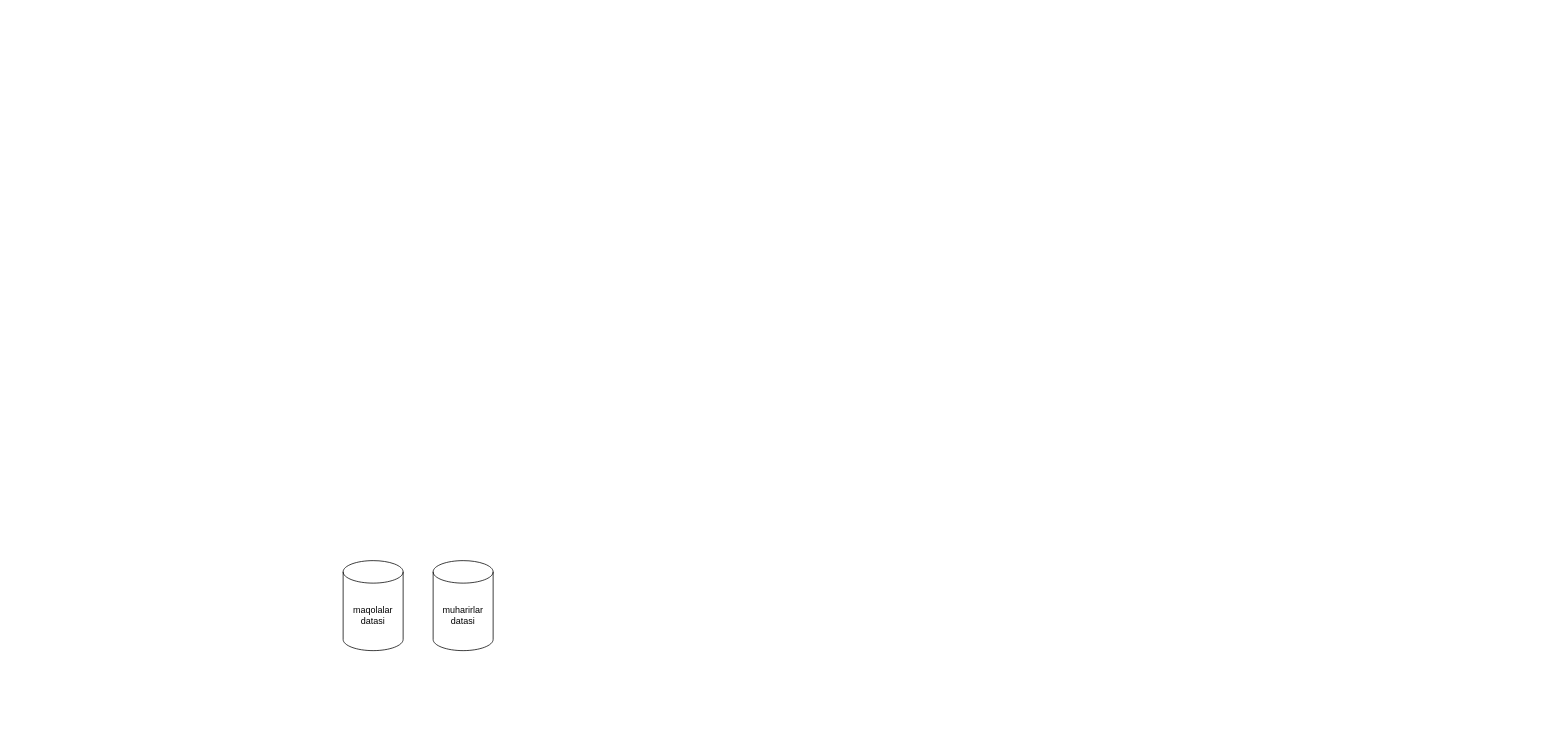
AhmadovKomronbek/kuz.uz keeps this draw.io diagram as Untitled Diagram.drawio. Above is the earlier version. Source tidied: cells renumbered, new cells numbered last; positions are measured from the earlier drawing's top-left corner, leaving out a move shared by most shapes. Both pictures are drawn from the tidied source at 75%, with x=0, y=0 at pixel (343, 560).
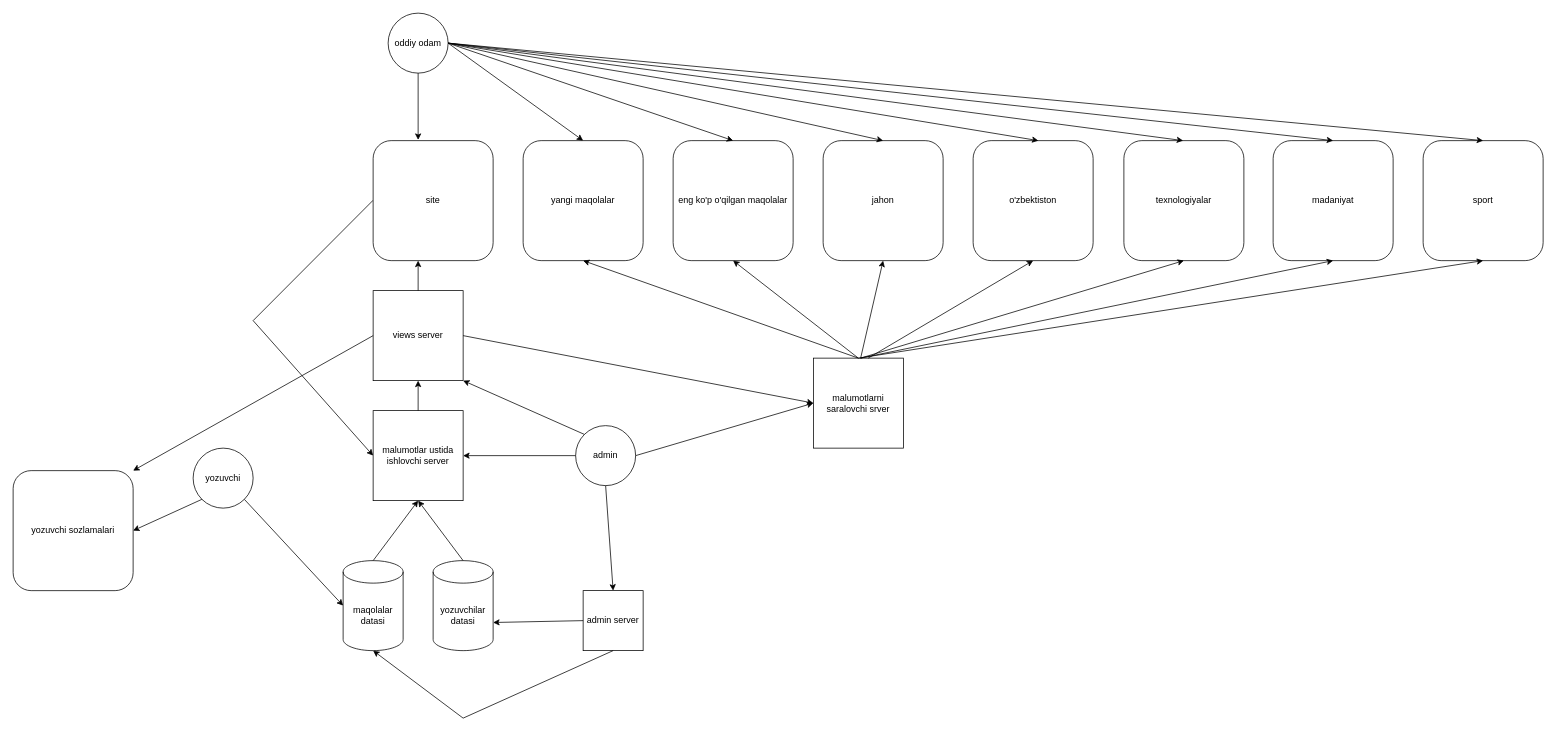
After the change.

The change refers to these unchanged cells:
```xml
<mxCell id="2" value="maqolalar datasi" style="shape=cylinder3;whiteSpace=wrap;html=1;boundedLbl=1;backgroundOutline=1;size=15;" parent="1" vertex="1">
  <mxGeometry width="80" height="120" as="geometry" />
</mxCell>
```

Change to the diagram source:
```diff
@@
-    <mxCell id="3" value="muharirlar datasi" style="shape=cylinder3;whiteSpace=wrap;html=1;boundedLbl=1;backgroundOutline=1;size=15;" parent="1" vertex="1">
+    <mxCell id="3" value="yozuvchilar datasi" style="shape=cylinder3;whiteSpace=wrap;html=1;boundedLbl=1;backgroundOutline=1;size=15;" parent="1" vertex="1">
       <mxGeometry x="120" width="80" height="120" as="geometry" />
     </mxCell>
+    <mxCell id="4" value="malumotlar ustida ishlovchi server" style="whiteSpace=wrap;html=1;" parent="1" vertex="1">
+      <mxGeometry x="40" y="-200" width="120" height="120" as="geometry" />
+    </mxCell>
+    <mxCell id="5" style="endArrow=classic;html=1;rounded=0;entryX=0.5;entryY=1;entryDx=0;entryDy=0;" parent="1" edge="1" target="4">
+      <mxGeometry relative="1" as="geometry">
+        <mxPoint x="40" as="sourcePoint" />
+      </mxGeometry>
+    </mxCell>
+    <mxCell id="6" style="endArrow=classic;html=1;rounded=0;entryX=0.5;entryY=1;entryDx=0;entryDy=0;exitX=0.5;exitY=0;exitDx=0;exitDy=0;exitPerimeter=0;" parent="1" edge="1" source="3" target="4">
+      <mxGeometry relative="1" as="geometry" />
+    </mxCell>
+    <mxCell id="7" value="admin" style="ellipse;whiteSpace=wrap;html=1;" parent="1" vertex="1">
+      <mxGeometry x="310" y="-180" width="80" height="80" as="geometry" />
+    </mxCell>
+    <mxCell id="8" style="endArrow=classic;html=1;rounded=0;entryX=1;entryY=0.5;entryDx=0;entryDy=0;exitX=0;exitY=0.5;exitDx=0;exitDy=0;" parent="1" edge="1" source="7" target="4">
+      <mxGeometry relative="1" as="geometry" />
+    </mxCell>
+    <mxCell id="9" value="views server" style="whiteSpace=wrap;html=1;" parent="1" vertex="1">
+      <mxGeometry x="40" y="-360" width="120" height="120" as="geometry" />
+    </mxCell>
+    <mxCell id="10" style="endArrow=classic;html=1;rounded=0;entryX=0.5;entryY=1;entryDx=0;entryDy=0;exitX=0.5;exitY=0;exitDx=0;exitDy=0;" parent="1" edge="1" source="4" target="9">
+      <mxGeometry relative="1" as="geometry" />
+    </mxCell>
+    <mxCell id="11" style="endArrow=classic;html=1;rounded=0;" parent="1" edge="1">
+      <mxGeometry relative="1" as="geometry">
+        <mxPoint x="100" y="-360" as="sourcePoint" />
+        <mxPoint x="100" y="-400" as="targetPoint" />
+      </mxGeometry>
+    </mxCell>
+    <mxCell id="12" style="endArrow=classic;html=1;rounded=0;entryX=1;entryY=0.5;entryDx=0;entryDy=0;exitX=0;exitY=0;exitDx=0;exitDy=0;" parent="1" edge="1" source="7">
+      <mxGeometry relative="1" as="geometry">
+        <mxPoint x="160" y="-240" as="targetPoint" />
+      </mxGeometry>
+    </mxCell>
+    <mxCell id="13" style="endArrow=classic;html=1;rounded=0;entryX=0;entryY=0.5;entryDx=0;entryDy=0;exitX=0;exitY=0.5;exitDx=0;exitDy=0;" parent="1" edge="1" target="4">
+      <mxGeometry relative="1" as="geometry">
+        <mxPoint x="40" y="-480.5" as="sourcePoint" />
+        <Array as="points">
+          <mxPoint x="-120" y="-320" />
+        </Array>
+      </mxGeometry>
+    </mxCell>
+    <mxCell id="14" value="admin server" style="whiteSpace=wrap;html=1;" parent="1" vertex="1">
+      <mxGeometry x="320" y="40" width="80" height="80" as="geometry" />
+    </mxCell>
+    <mxCell id="15" style="endArrow=classic;html=1;rounded=0;entryX=1;entryY=0;entryDx=0;entryDy=82.5;entryPerimeter=0;exitX=0;exitY=0.5;exitDx=0;exitDy=0;" parent="1" edge="1" source="14" target="3">
+      <mxGeometry relative="1" as="geometry" />
+    </mxCell>
+    <mxCell id="16" style="endArrow=classic;html=1;rounded=0;entryX=0.5;entryY=1;entryDx=0;entryDy=0;entryPerimeter=0;exitX=0.5;exitY=1;exitDx=0;exitDy=0;" parent="1" edge="1" source="14" target="2">
+      <mxGeometry relative="1" as="geometry">
+        <Array as="points">
+          <mxPoint x="160" y="210" />
+        </Array>
+      </mxGeometry>
+    </mxCell>
+    <mxCell id="17" style="endArrow=classic;html=1;rounded=0;entryX=0.5;entryY=0;entryDx=0;entryDy=0;exitX=0.5;exitY=1;exitDx=0;exitDy=0;" parent="1" edge="1" source="7" target="14">
+      <mxGeometry relative="1" as="geometry" />
+    </mxCell>
+    <mxCell id="18" value="yozuvchi" style="ellipse;whiteSpace=wrap;html=1;" parent="1" vertex="1">
+      <mxGeometry x="-200" y="-150" width="80" height="80" as="geometry" />
+    </mxCell>
+    <mxCell id="19" value="oddiy odam" style="ellipse;whiteSpace=wrap;html=1;" parent="1" vertex="1">
+      <mxGeometry x="60" y="-730" width="80" height="80" as="geometry" />
+    </mxCell>
+    <mxCell id="20" style="endArrow=classic;html=1;rounded=0;entryX=0.5;entryY=0;entryDx=0;entryDy=0;exitX=0.5;exitY=1;exitDx=0;exitDy=0;" parent="1" edge="1" source="19">
+      <mxGeometry relative="1" as="geometry">
+        <mxPoint x="100" y="-561" as="targetPoint" />
+      </mxGeometry>
+    </mxCell>
+    <mxCell id="21" style="endArrow=classic;html=1;rounded=0;exitX=1;exitY=1;exitDx=0;exitDy=0;entryX=0;entryY=0.5;entryDx=0;entryDy=0;entryPerimeter=0;" parent="1" edge="1" source="18" target="2">
+      <mxGeometry relative="1" as="geometry" />
+    </mxCell>
+    <mxCell id="22" style="endArrow=classic;html=1;rounded=0;entryX=1;entryY=0.5;entryDx=0;entryDy=0;exitX=0;exitY=1;exitDx=0;exitDy=0;" parent="1" edge="1" source="18" target="23">
+      <mxGeometry relative="1" as="geometry" />
+    </mxCell>
+    <mxCell id="23" value="yozuvchi sozlamalari" style="rounded=1;whiteSpace=wrap;html=1;" parent="1" vertex="1">
+      <mxGeometry x="-440" y="-120" width="160" height="160" as="geometry" />
+    </mxCell>
+    <mxCell id="24" style="endArrow=classic;html=1;rounded=0;exitX=0;exitY=0.5;exitDx=0;exitDy=0;entryX=1;entryY=0;entryDx=0;entryDy=0;" parent="1" edge="1" source="9" target="23">
+      <mxGeometry relative="1" as="geometry" />
+    </mxCell>
+    <mxCell id="25" value="site" style="rounded=1;whiteSpace=wrap;html=1;" parent="1" vertex="1">
+      <mxGeometry x="40" y="-560" width="160" height="160" as="geometry" />
+    </mxCell>
+    <mxCell id="26" value="yangi maqolalar" style="rounded=1;whiteSpace=wrap;html=1;" parent="1" vertex="1">
+      <mxGeometry x="240" y="-560" width="160" height="160" as="geometry" />
+    </mxCell>
+    <mxCell id="27" value="eng ko'p o'qilgan maqolalar" style="rounded=1;whiteSpace=wrap;html=1;" parent="1" vertex="1">
+      <mxGeometry x="440" y="-560" width="160" height="160" as="geometry" />
+    </mxCell>
+    <mxCell id="28" value="jahon" style="rounded=1;whiteSpace=wrap;html=1;" parent="1" vertex="1">
+      <mxGeometry x="640" y="-560" width="160" height="160" as="geometry" />
+    </mxCell>
+    <mxCell id="29" value="o'zbektiston" style="rounded=1;whiteSpace=wrap;html=1;" parent="1" vertex="1">
+      <mxGeometry x="840" y="-560" width="160" height="160" as="geometry" />
+    </mxCell>
+    <mxCell id="30" value="texnologiyalar" style="rounded=1;whiteSpace=wrap;html=1;" parent="1" vertex="1">
+      <mxGeometry x="1041" y="-560" width="160" height="160" as="geometry" />
+    </mxCell>
+    <mxCell id="31" value="sport" style="rounded=1;whiteSpace=wrap;html=1;" parent="1" vertex="1">
+      <mxGeometry x="1440" y="-560" width="160" height="160" as="geometry" />
+    </mxCell>
+    <mxCell id="32" value="madaniyat" style="rounded=1;whiteSpace=wrap;html=1;" parent="1" vertex="1">
+      <mxGeometry x="1240" y="-560" width="160" height="160" as="geometry" />
+    </mxCell>
+    <mxCell id="33" value="malumotlarni saralovchi srver" style="whiteSpace=wrap;html=1;" parent="1" vertex="1">
+      <mxGeometry x="627" y="-270" width="120" height="120" as="geometry" />
+    </mxCell>
+    <mxCell id="34" style="endArrow=classic;html=1;rounded=0;exitX=1;exitY=0.5;exitDx=0;exitDy=0;entryX=0;entryY=0.5;entryDx=0;entryDy=0;" parent="1" edge="1" source="9" target="33">
+      <mxGeometry relative="1" as="geometry" />
+    </mxCell>
+    <mxCell id="35" style="endArrow=classic;html=1;rounded=0;exitX=0.5;exitY=0;exitDx=0;exitDy=0;entryX=0.5;entryY=1;entryDx=0;entryDy=0;" parent="1" edge="1" source="33" target="31">
+      <mxGeometry relative="1" as="geometry" />
+    </mxCell>
+    <mxCell id="36" style="endArrow=classic;html=1;rounded=0;entryX=0.5;entryY=1;entryDx=0;entryDy=0;" parent="1" edge="1" target="32">
+      <mxGeometry relative="1" as="geometry">
+        <mxPoint x="690" y="-270" as="sourcePoint" />
+      </mxGeometry>
+    </mxCell>
+    <mxCell id="37" style="endArrow=classic;html=1;rounded=0;entryX=0.5;entryY=1;entryDx=0;entryDy=0;" parent="1" edge="1" target="30">
+      <mxGeometry relative="1" as="geometry">
+        <mxPoint x="690" y="-270" as="sourcePoint" />
+      </mxGeometry>
+    </mxCell>
+    <mxCell id="38" style="endArrow=classic;html=1;rounded=0;entryX=0.5;entryY=1;entryDx=0;entryDy=0;" parent="1" edge="1" target="29">
+      <mxGeometry relative="1" as="geometry">
+        <mxPoint x="700" y="-270" as="sourcePoint" />
+      </mxGeometry>
+    </mxCell>
+    <mxCell id="39" style="endArrow=classic;html=1;rounded=0;entryX=0.5;entryY=1;entryDx=0;entryDy=0;" parent="1" edge="1" target="28">
+      <mxGeometry relative="1" as="geometry">
+        <mxPoint x="690" y="-270" as="sourcePoint" />
+      </mxGeometry>
+    </mxCell>
+    <mxCell id="40" style="endArrow=classic;html=1;rounded=0;exitX=0.5;exitY=0;exitDx=0;exitDy=0;entryX=0.5;entryY=1;entryDx=0;entryDy=0;" parent="1" edge="1" source="33" target="27">
+      <mxGeometry relative="1" as="geometry" />
+    </mxCell>
+    <mxCell id="41" style="endArrow=classic;html=1;rounded=0;exitX=0.5;exitY=0;exitDx=0;exitDy=0;entryX=0.5;entryY=1;entryDx=0;entryDy=0;" parent="1" edge="1" source="33" target="26">
+      <mxGeometry relative="1" as="geometry" />
+    </mxCell>
+    <mxCell id="42" style="endArrow=classic;html=1;rounded=0;exitX=1;exitY=0.5;exitDx=0;exitDy=0;entryX=0;entryY=0.5;entryDx=0;entryDy=0;" parent="1" edge="1" source="7" target="33">
+      <mxGeometry relative="1" as="geometry" />
+    </mxCell>
+    <mxCell id="43" style="endArrow=classic;html=1;rounded=0;entryX=0.5;entryY=0;entryDx=0;entryDy=0;exitX=1;exitY=0.5;exitDx=0;exitDy=0;" parent="1" edge="1" source="19" target="26">
+      <mxGeometry relative="1" as="geometry" />
+    </mxCell>
+    <mxCell id="44" style="endArrow=classic;html=1;rounded=0;entryX=0.5;entryY=0;entryDx=0;entryDy=0;exitX=1;exitY=0.5;exitDx=0;exitDy=0;" parent="1" edge="1" source="19" target="31">
+      <mxGeometry relative="1" as="geometry" />
+    </mxCell>
+    <mxCell id="45" style="endArrow=classic;html=1;rounded=0;exitX=1;exitY=0.5;exitDx=0;exitDy=0;" parent="1" edge="1" source="19">
+      <mxGeometry relative="1" as="geometry">
+        <mxPoint x="1320" y="-560" as="targetPoint" />
+      </mxGeometry>
+    </mxCell>
+    <mxCell id="46" style="endArrow=classic;html=1;rounded=0;entryX=0.5;entryY=0;entryDx=0;entryDy=0;exitX=1;exitY=0.5;exitDx=0;exitDy=0;" parent="1" edge="1" source="19">
+      <mxGeometry relative="1" as="geometry">
+        <mxPoint x="1120" y="-560" as="targetPoint" />
+      </mxGeometry>
+    </mxCell>
+    <mxCell id="47" style="endArrow=classic;html=1;rounded=0;entryX=0.5;entryY=0;entryDx=0;entryDy=0;" parent="1" edge="1">
+      <mxGeometry relative="1" as="geometry">
+        <mxPoint x="140" y="-690" as="sourcePoint" />
+        <mxPoint x="927" y="-560" as="targetPoint" />
+      </mxGeometry>
+    </mxCell>
+    <mxCell id="48" style="endArrow=classic;html=1;rounded=0;entryX=0.5;entryY=0;entryDx=0;entryDy=0;exitX=1;exitY=0.5;exitDx=0;exitDy=0;" parent="1" edge="1" source="19" target="28">
+      <mxGeometry relative="1" as="geometry" />
+    </mxCell>
+    <mxCell id="49" style="endArrow=classic;html=1;rounded=0;entryX=0.5;entryY=0;entryDx=0;entryDy=0;exitX=1;exitY=0.5;exitDx=0;exitDy=0;" parent="1" edge="1" source="19" target="27">
+      <mxGeometry relative="1" as="geometry" />
+    </mxCell>
```
